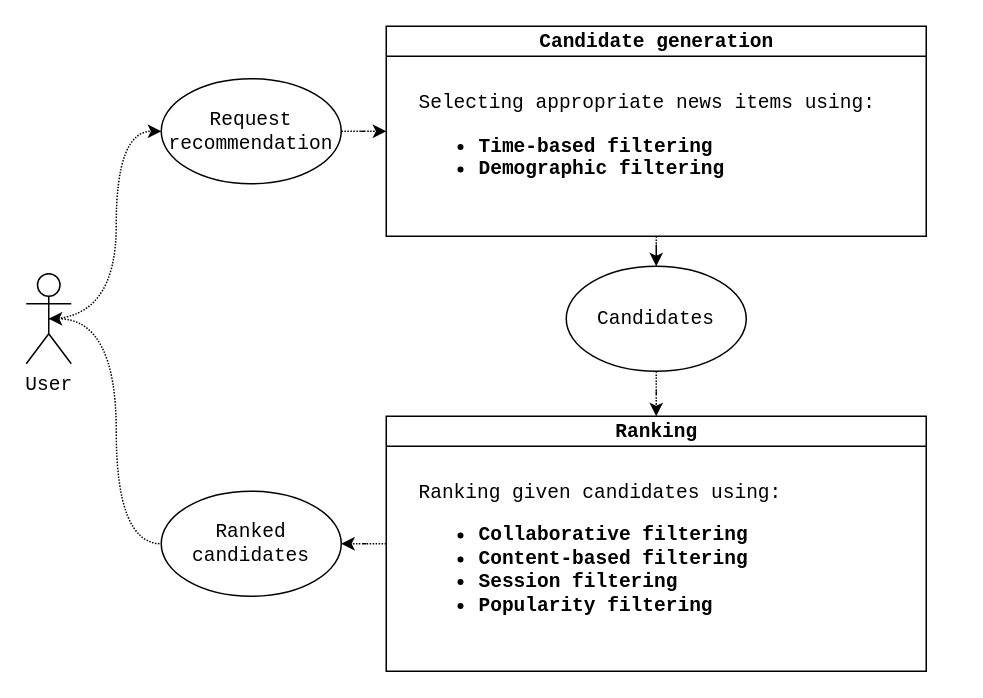
The draw.io diagram paper/images/src/architechture.drawio in SmirnovAlexander/RecommenderSystemPaper, before the edit. Source tidied: cells renumbered, new cells numbered last; positions are measured from the earlier drawing's top-left corner, leaving out a move shared by most shapes. Both pictures are drawn from the tidied source at 150%, with x=0, y=0 at pixel (26, 26).
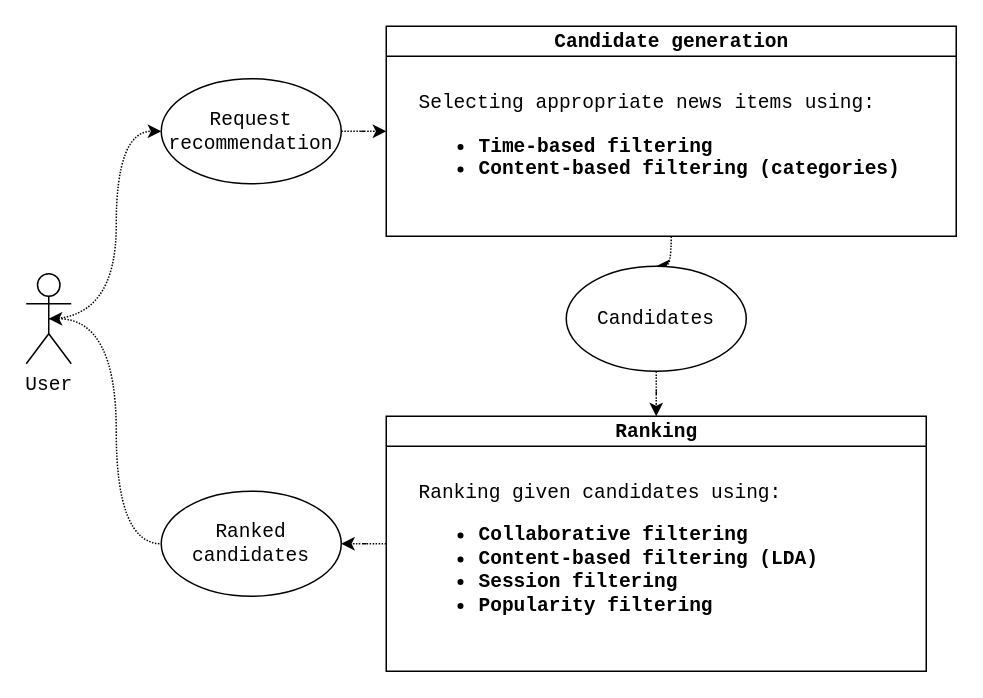
Above is the later version.

Diff of the diagram source:
```diff
@@
 <mxGraphModel>
   <root>
     <mxCell id="0" />
     <mxCell id="1" parent="0" />
     <mxCell id="2" style="edgeStyle=orthogonalEdgeStyle;curved=1;jettySize=auto;html=1;dashed=1;dashPattern=1 1;fontFamily=Courier New;fontSize=13;exitX=0.5;exitY=0.5;exitDx=0;exitDy=0;exitPerimeter=0;entryX=0;entryY=0.5;entryDx=0;entryDy=0;" parent="1" edge="1" source="4" target="9">
       <mxGeometry relative="1" as="geometry" />
     </mxCell>
     <mxCell id="3" style="edgeStyle=orthogonalEdgeStyle;curved=1;jettySize=auto;html=1;entryX=0;entryY=0.5;entryDx=0;entryDy=0;dashed=1;dashPattern=1 1;fontFamily=Courier New;fontSize=13;startArrow=classic;startFill=1;endArrow=none;endFill=0;exitX=0.5;exitY=0.5;exitDx=0;exitDy=0;exitPerimeter=0;" parent="1" edge="1" source="4" target="10">
       <mxGeometry relative="1" as="geometry" />
     </mxCell>
     <mxCell id="4" value="User&lt;br style=&quot;font-size: 13px;&quot;&gt;" style="shape=umlActor;verticalLabelPosition=bottom;verticalAlign=top;html=1;outlineConnect=0;fontFamily=Courier New;fontSize=13;" parent="1" vertex="1">
       <mxGeometry y="165" width="30" height="60" as="geometry" />
     </mxCell>
     <mxCell id="5" style="edgeStyle=orthogonalEdgeStyle;curved=1;jettySize=auto;html=1;dashed=1;dashPattern=1 1;fontFamily=Courier New;fontSize=13;" parent="1" edge="1" source="6" target="15">
       <mxGeometry relative="1" as="geometry" />
     </mxCell>
     <mxCell id="6" value="Candidate generation" style="swimlane;html=1;startSize=20;horizontal=1;flowOrientation=north;interRankCellSpacing=50;containerType=tree;fontFamily=Courier New;fontSize=13;" parent="1" vertex="1">
-      <mxGeometry x="240" width="360" height="140" as="geometry" />
+      <mxGeometry x="240" width="380" height="140" as="geometry" />
     </mxCell>
-    <mxCell id="7" value="Selecting appropriate news items using:&lt;br style=&quot;font-size: 13px;&quot;&gt;&lt;ul style=&quot;font-size: 13px;&quot;&gt;&lt;li style=&quot;font-size: 13px;&quot;&gt;&lt;b style=&quot;font-size: 13px;&quot;&gt;Time-based filtering&lt;/b&gt;&lt;/li&gt;&lt;li style=&quot;font-size: 13px;&quot;&gt;&lt;b style=&quot;font-size: 13px;&quot;&gt;Demographic filtering&lt;/b&gt;&lt;/li&gt;&lt;/ul&gt;" style="text;html=1;align=left;verticalAlign=middle;fontFamily=Courier New;fontSize=13;" parent="6" vertex="1">
-      <mxGeometry x="20" y="40" width="320" height="80" as="geometry" />
+    <mxCell id="7" value="Selecting appropriate news items using:&lt;br style=&quot;font-size: 13px&quot;&gt;&lt;ul style=&quot;font-size: 13px&quot;&gt;&lt;li style=&quot;font-size: 13px&quot;&gt;&lt;b style=&quot;font-size: 13px&quot;&gt;Time-based filtering&lt;/b&gt;&lt;/li&gt;&lt;li style=&quot;font-size: 13px&quot;&gt;&lt;b style=&quot;font-size: 13px&quot;&gt;Content-based filtering (categories)&lt;/b&gt;&lt;/li&gt;&lt;/ul&gt;" style="text;html=1;align=left;verticalAlign=middle;fontFamily=Courier New;fontSize=13;" parent="6" vertex="1">
+      <mxGeometry x="20" y="40" width="340" height="80" as="geometry" />
     </mxCell>
     <mxCell id="8" style="edgeStyle=orthogonalEdgeStyle;jettySize=auto;html=1;dashed=1;dashPattern=1 1;curved=1;fontFamily=Courier New;fontSize=13;" parent="1" edge="1" source="9" target="6">
       <mxGeometry relative="1" as="geometry" />
     </mxCell>
     <mxCell id="9" value="Request recommendation" style="ellipse;whiteSpace=wrap;html=1;fontFamily=Courier New;fontSize=13;" parent="1" vertex="1">
       <mxGeometry x="90" y="35" width="120" height="70" as="geometry" />
     </mxCell>
     <mxCell id="10" value="Ranked candidates" style="ellipse;whiteSpace=wrap;html=1;fontFamily=Courier New;fontSize=13;" parent="1" vertex="1">
       <mxGeometry x="90" y="310" width="120" height="70" as="geometry" />
     </mxCell>
     <mxCell id="11" style="edgeStyle=orthogonalEdgeStyle;curved=1;jettySize=auto;html=1;dashed=1;dashPattern=1 1;fontFamily=Courier New;fontSize=13;" parent="1" edge="1" source="12" target="10">
       <mxGeometry relative="1" as="geometry" />
     </mxCell>
     <mxCell id="12" value="Ranking" style="swimlane;html=1;startSize=20;horizontal=1;flowOrientation=north;interRankCellSpacing=50;containerType=tree;fontFamily=Courier New;fontSize=13;" parent="1" vertex="1">
       <mxGeometry x="240" y="260" width="360" height="170" as="geometry" />
     </mxCell>
-    <mxCell id="13" value="Ranking given candidates using:&amp;nbsp; &amp;nbsp; &amp;nbsp; &amp;nbsp;&amp;nbsp;&lt;br style=&quot;font-size: 13px;&quot;&gt;&lt;ul style=&quot;font-size: 13px;&quot;&gt;&lt;li style=&quot;font-size: 13px;&quot;&gt;&lt;b style=&quot;font-size: 13px;&quot;&gt;Collaborative filtering&lt;/b&gt;&lt;/li&gt;&lt;li style=&quot;font-size: 13px;&quot;&gt;&lt;b style=&quot;font-size: 13px;&quot;&gt;Content-based filtering&lt;/b&gt;&lt;/li&gt;&lt;li style=&quot;font-size: 13px;&quot;&gt;&lt;b style=&quot;font-size: 13px;&quot;&gt;Session filtering&lt;/b&gt;&lt;/li&gt;&lt;li style=&quot;font-size: 13px;&quot;&gt;&lt;b style=&quot;font-size: 13px;&quot;&gt;Popularity filtering&lt;/b&gt;&lt;/li&gt;&lt;/ul&gt;" style="text;html=1;align=left;verticalAlign=middle;fontFamily=Courier New;fontSize=13;" parent="12" vertex="1">
+    <mxCell id="13" value="Ranking given candidates using:&amp;nbsp; &amp;nbsp; &amp;nbsp; &amp;nbsp;&amp;nbsp;&lt;br style=&quot;font-size: 13px&quot;&gt;&lt;ul style=&quot;font-size: 13px&quot;&gt;&lt;li style=&quot;font-size: 13px&quot;&gt;&lt;b style=&quot;font-size: 13px&quot;&gt;Collaborative filtering&lt;/b&gt;&lt;/li&gt;&lt;li style=&quot;font-size: 13px&quot;&gt;&lt;b style=&quot;font-size: 13px&quot;&gt;Content-based filtering (LDA)&lt;/b&gt;&lt;/li&gt;&lt;li style=&quot;font-size: 13px&quot;&gt;&lt;b style=&quot;font-size: 13px&quot;&gt;Session filtering&lt;/b&gt;&lt;/li&gt;&lt;li style=&quot;font-size: 13px&quot;&gt;&lt;b style=&quot;font-size: 13px&quot;&gt;Popularity filtering&lt;/b&gt;&lt;/li&gt;&lt;/ul&gt;" style="text;html=1;align=left;verticalAlign=middle;fontFamily=Courier New;fontSize=13;" parent="12" vertex="1">
       <mxGeometry x="20" y="40" width="320" height="110" as="geometry" />
     </mxCell>
     <mxCell id="14" style="edgeStyle=orthogonalEdgeStyle;curved=1;jettySize=auto;html=1;dashed=1;dashPattern=1 1;fontFamily=Courier New;fontSize=13;" parent="1" edge="1" source="15" target="12">
       <mxGeometry relative="1" as="geometry" />
     </mxCell>
     <mxCell id="15" value="Candidates" style="ellipse;whiteSpace=wrap;html=1;fontFamily=Courier New;fontSize=13;" parent="1" vertex="1">
       <mxGeometry x="360" y="160" width="120" height="70" as="geometry" />
     </mxCell>
   </root>
 </mxGraphModel>
```
